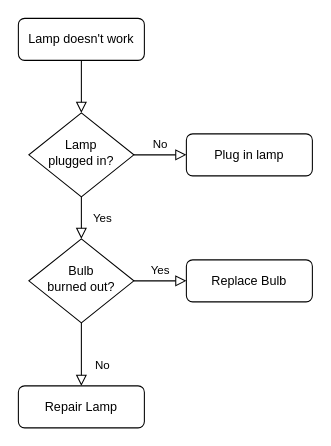
This is 3_The_Documentation/Untitled Diagram.drawio from jonnyblevins/BI-Analyst-Skills-Project, a draw.io file, before an edit. Source tidied: cells renumbered, new cells numbered last; positions are measured from the earlier drawing's top-left corner, leaving out a move shared by most shapes. Both pictures are drawn from the tidied source at 105%, with x=0, y=0 at pixel (18, 18).
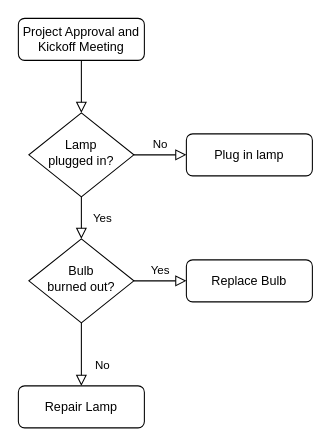
Above is the later version.

What changed in the source:
```diff
@@
 <mxGraphModel>
   <root>
     <mxCell id="0" />
     <mxCell id="1" parent="0" />
     <mxCell id="2" style="rounded=0;html=1;jettySize=auto;fontSize=11;endArrow=block;endFill=0;endSize=8;strokeWidth=1;shadow=0;labelBackgroundColor=none;edgeStyle=orthogonalEdgeStyle;" parent="1" edge="1" source="3" target="6">
       <mxGeometry relative="1" as="geometry" />
     </mxCell>
-    <mxCell id="3" value="Lamp doesn't work" style="rounded=1;whiteSpace=wrap;html=1;fontSize=12;glass=0;strokeWidth=1;shadow=0;" parent="1" vertex="1">
+    <mxCell id="3" value="Project Approval and Kickoff Meeting" style="rounded=1;whiteSpace=wrap;html=1;fontSize=12;glass=0;strokeWidth=1;shadow=0;" parent="1" vertex="1">
       <mxGeometry width="120" height="40" as="geometry" />
     </mxCell>
     <mxCell id="4" value="Yes" style="rounded=0;html=1;jettySize=auto;fontSize=11;endArrow=block;endFill=0;endSize=8;strokeWidth=1;shadow=0;labelBackgroundColor=none;edgeStyle=orthogonalEdgeStyle;" parent="1" edge="1" source="6" target="10">
       <mxGeometry y="20" relative="1" as="geometry" />
     </mxCell>
     <mxCell id="5" value="No" style="edgeStyle=orthogonalEdgeStyle;rounded=0;html=1;jettySize=auto;fontSize=11;endArrow=block;endFill=0;endSize=8;strokeWidth=1;shadow=0;labelBackgroundColor=none;" parent="1" edge="1" source="6" target="7">
       <mxGeometry y="10" relative="1" as="geometry" />
     </mxCell>
     <mxCell id="6" value="Lamp&lt;br&gt;plugged in?" style="rhombus;whiteSpace=wrap;html=1;shadow=0;fontFamily=Helvetica;fontSize=12;align=center;strokeWidth=1;spacing=6;spacingTop=-4;" parent="1" vertex="1">
       <mxGeometry x="10" y="90" width="100" height="80" as="geometry" />
     </mxCell>
     <mxCell id="7" value="Plug in lamp" style="rounded=1;whiteSpace=wrap;html=1;fontSize=12;glass=0;strokeWidth=1;shadow=0;" parent="1" vertex="1">
       <mxGeometry x="160" y="110" width="120" height="40" as="geometry" />
     </mxCell>
     <mxCell id="8" value="No" style="rounded=0;html=1;jettySize=auto;fontSize=11;endArrow=block;endFill=0;endSize=8;strokeWidth=1;shadow=0;labelBackgroundColor=none;edgeStyle=orthogonalEdgeStyle;" parent="1" edge="1" source="10" target="11">
       <mxGeometry x="0.33" y="20" relative="1" as="geometry" />
     </mxCell>
     <mxCell id="9" value="Yes" style="edgeStyle=orthogonalEdgeStyle;rounded=0;html=1;jettySize=auto;fontSize=11;endArrow=block;endFill=0;endSize=8;strokeWidth=1;shadow=0;labelBackgroundColor=none;" parent="1" edge="1" source="10" target="12">
       <mxGeometry y="10" relative="1" as="geometry" />
     </mxCell>
     <mxCell id="10" value="Bulb&lt;br&gt;burned out?" style="rhombus;whiteSpace=wrap;html=1;shadow=0;fontFamily=Helvetica;fontSize=12;align=center;strokeWidth=1;spacing=6;spacingTop=-4;" parent="1" vertex="1">
       <mxGeometry x="10" y="210" width="100" height="80" as="geometry" />
     </mxCell>
     <mxCell id="11" value="Repair Lamp" style="rounded=1;whiteSpace=wrap;html=1;fontSize=12;glass=0;strokeWidth=1;shadow=0;" parent="1" vertex="1">
       <mxGeometry y="350" width="120" height="40" as="geometry" />
     </mxCell>
     <mxCell id="12" value="Replace Bulb" style="rounded=1;whiteSpace=wrap;html=1;fontSize=12;glass=0;strokeWidth=1;shadow=0;" parent="1" vertex="1">
       <mxGeometry x="160" y="230" width="120" height="40" as="geometry" />
     </mxCell>
   </root>
 </mxGraphModel>
```
